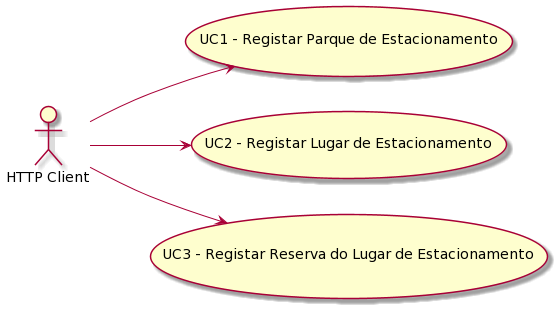
UPskillDOTNET/Inglorious-Developers keeps this PlantUML diagram as Documentation/DUC.png. Above is the earlier version.
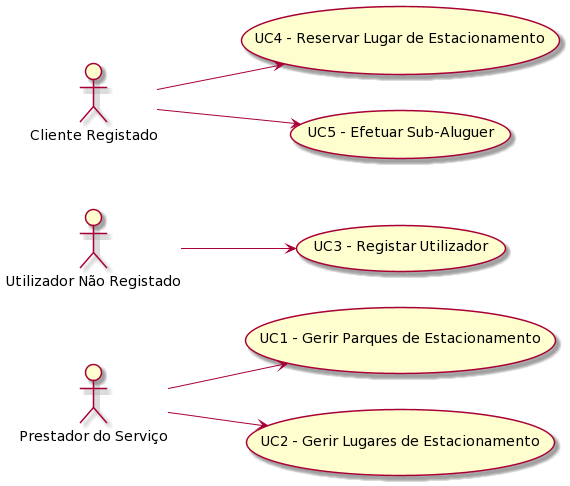
After the change.

Change to the diagram source:
```diff
@@ -1,11 +1,23 @@
 @startuml
-usecase UC1 as "UC1 - Registar Parque de Estacionamento"
-usecase UC2 as "UC2 - Registar Lugar de Estacionamento"
-usecase UC3 as "UC3 - Registar Reserva do Lugar de Estacionamento"
-actor "HTTP Client" as HTTPClient
+usecase UC1 as "UC1 - Gerir Parques de Estacionamento"
+actor "Prestador do Serviço" as Prestador
+
+usecase UC2 as "UC2 - Gerir Lugares de Estacionamento"
+actor "Prestador do Serviço" as Prestador
+
+usecase UC3 as "UC3 - Registar Utilizador"
+actor "Utilizador Não Registado" as NR_USR
+
+usecase UC4 as "UC4 - Reservar Lugar de Estacionamento"
+actor "Cliente Registado" as USR
+
+usecase UC5 as "UC5 - Efetuar Sub-Aluguer"
+actor "Cliente Registado" as USR
 
 left to right direction
-HTTPClient -->(UC1)
-HTTPClient -->(UC2)
-HTTPClient -->(UC3)
+Prestador -->(UC1)
+Prestador -->(UC2)
+NR_USR -->(UC3)
+USR -->(UC4)
+USR -->(UC5)
 @enduml
```
